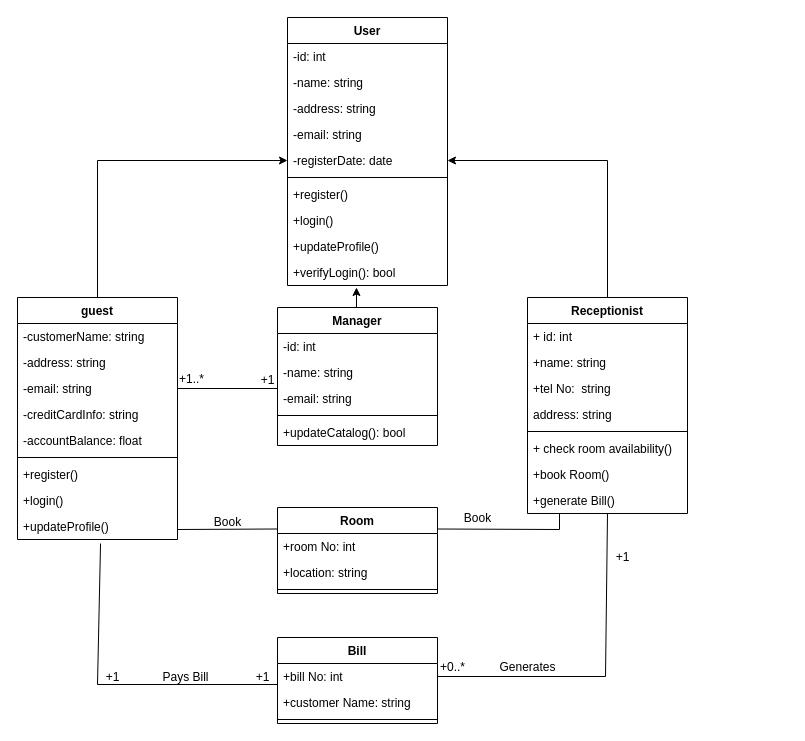
Earlier version of the draw.io diagram Class diagram2.drawio (AhmedTarek-95/System-Desine). Source tidied: cells renumbered, new cells numbered last; positions are measured from the earlier drawing's top-left corner, leaving out a move shared by most shapes. Both pictures are drawn from the tidied source at 100%, with x=0, y=0 at pixel (17, 17).
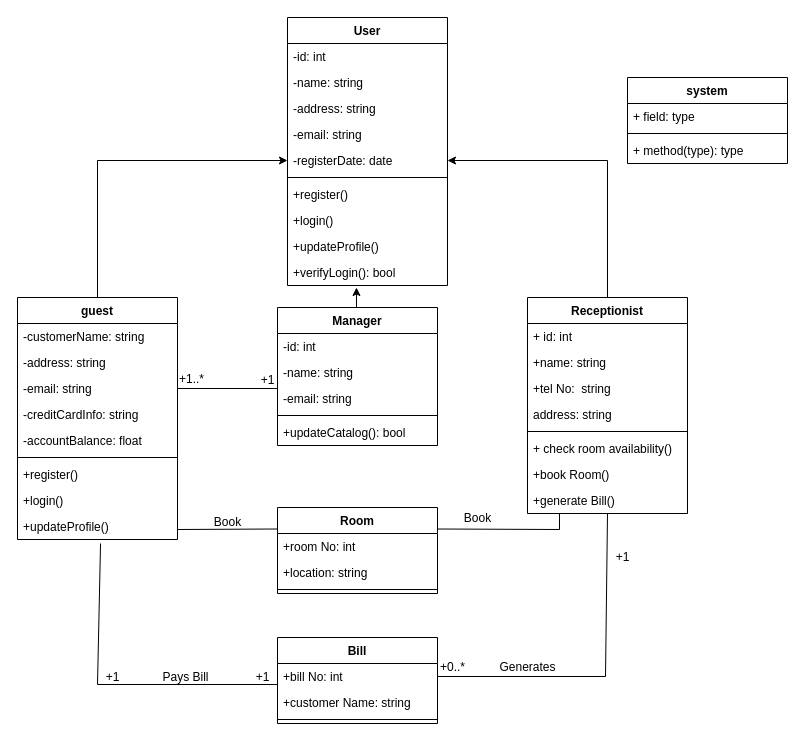
After the change.

Change to the diagram source:
```diff
@@
+    <mxCell id="64" value="system" style="swimlane;fontStyle=1;align=center;verticalAlign=top;horizontal=1;startSize=26;" parent="1" vertex="1">
+      <mxGeometry x="610" y="60" width="160" height="86" as="geometry" />
+    </mxCell>
+    <mxCell id="65" value="+ field: type" style="text;strokeColor=none;fillColor=none;align=left;verticalAlign=top;spacingLeft=4;spacingRight=4;overflow=hidden;" parent="64" vertex="1">
+      <mxGeometry y="26" width="160" height="26" as="geometry" />
+    </mxCell>
+    <mxCell id="66" style="line;strokeWidth=1;fillColor=none;align=left;verticalAlign=middle;spacingTop=-1;spacingLeft=3;spacingRight=3;labelPosition=right;" parent="64" vertex="1">
+      <mxGeometry y="52" width="160" height="8" as="geometry" />
+    </mxCell>
+    <mxCell id="67" value="+ method(type): type" style="text;strokeColor=none;fillColor=none;align=left;verticalAlign=top;spacingLeft=4;spacingRight=4;overflow=hidden;" parent="64" vertex="1">
+      <mxGeometry y="60" width="160" height="26" as="geometry" />
+    </mxCell>
```
